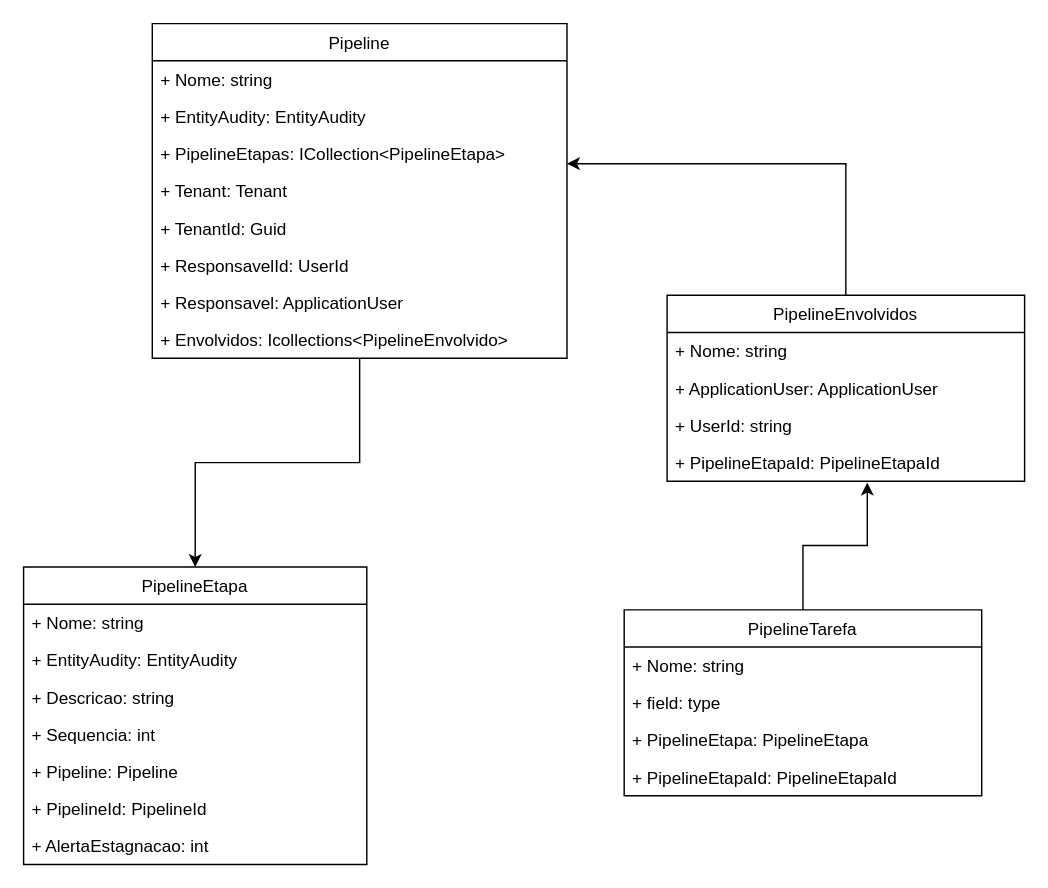
Earlier version of the draw.io diagram docs/Composição entidade Pipeline e suas relações.drawio (sigespweb22/boxapp-api). Source tidied: cells renumbered, new cells numbered last; positions are measured from the earlier drawing's top-left corner, leaving out a move shared by most shapes. Both pictures are drawn from the tidied source at 143%, with x=0, y=0 at pixel (23, 23).
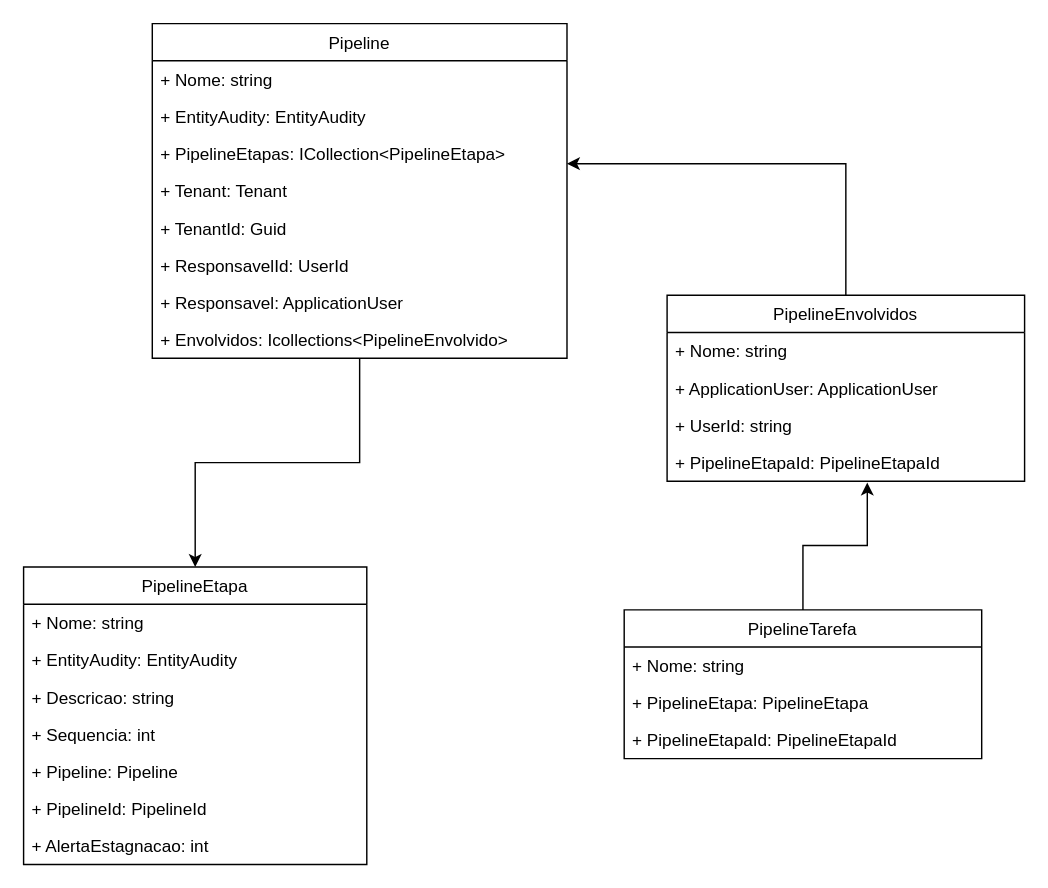
The same page after the edit.

What changed in the source:
```diff
@@
     <mxCell id="21" value="PipelineTarefa" style="swimlane;fontStyle=0;horizontal=1;startSize=26;fillColor=none;" parent="1" vertex="1">
-      <mxGeometry x="420" y="410" width="250" height="130" as="geometry" />
+      <mxGeometry x="420" y="410" width="250" height="104" as="geometry" />
     </mxCell>
@@
-    <mxCell id="23" value="+ field: type" style="text;strokeColor=none;fillColor=none;align=left;verticalAlign=top;spacingLeft=4;spacingRight=4;overflow=hidden;" parent="21" vertex="1">
-      <mxGeometry y="52" width="250" height="26" as="geometry" />
-    </mxCell>
     <mxCell id="24" value="+ PipelineEtapa: PipelineEtapa" style="text;strokeColor=none;fillColor=none;align=left;verticalAlign=top;spacingLeft=4;spacingRight=4;overflow=hidden;" parent="21" vertex="1">
-      <mxGeometry y="78" width="250" height="26" as="geometry" />
+      <mxGeometry y="52" width="250" height="26" as="geometry" />
     </mxCell>
     <mxCell id="25" value="+ PipelineEtapaId: PipelineEtapaId" style="text;strokeColor=none;fillColor=none;align=left;verticalAlign=top;spacingLeft=4;spacingRight=4;overflow=hidden;" parent="21" vertex="1">
-      <mxGeometry y="104" width="250" height="26" as="geometry" />
+      <mxGeometry y="78" width="250" height="26" as="geometry" />
     </mxCell>
```
